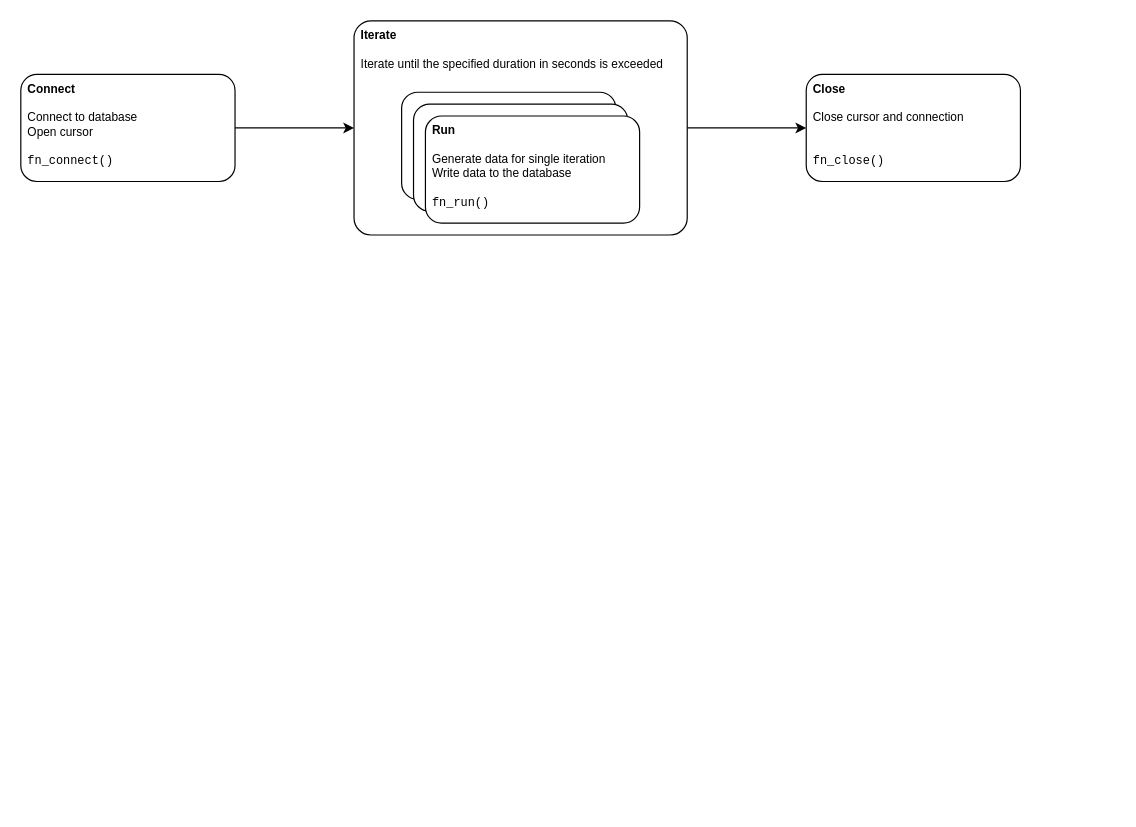
JakubIllner/load-generator keeps this draw.io diagram as images/load-generator.drawio. Above is the earlier version. Source tidied: cells renumbered, new cells numbered last; positions are measured from the earlier drawing's top-left corner, leaving out a move shared by most shapes. Both pictures are drawn from the tidied source at 119%, with x=0, y=0 at pixel (20, 20).
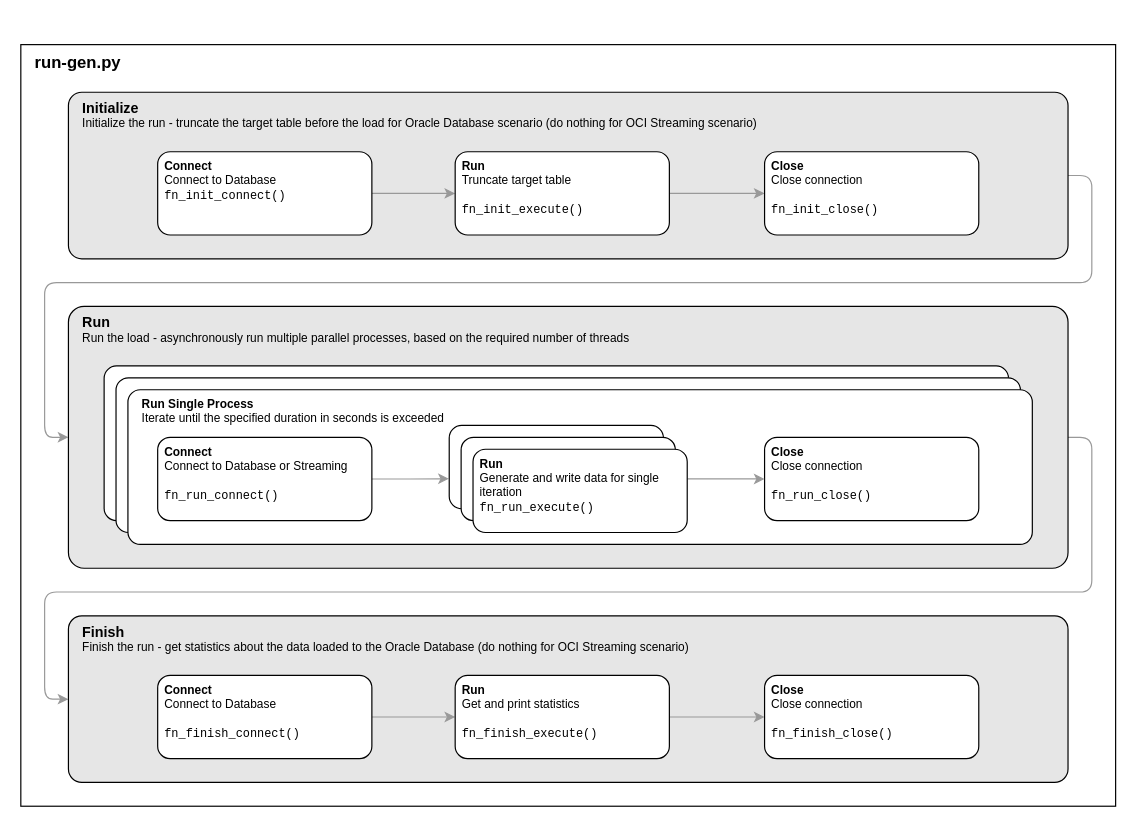
The same page after the edit.

The edit, as a diff of the source:
```diff
@@
-    <mxCell id="2" style="edgeStyle=orthogonalEdgeStyle;rounded=0;jettySize=auto;html=1;exitX=1;exitY=0.5;exitDx=0;exitDy=0;entryX=0;entryY=0.5;entryDx=0;entryDy=0;" parent="1" edge="1" source="3" target="5">
-      <mxGeometry relative="1" as="geometry" />
-    </mxCell>
-    <mxCell id="3" value="&lt;b&gt;Connect&lt;/b&gt;&lt;div&gt;&lt;br&gt;&lt;/div&gt;&lt;div&gt;Connect to database&lt;/div&gt;&lt;div&gt;Open cursor&lt;/div&gt;&lt;div&gt;&lt;br&gt;&lt;/div&gt;&lt;div&gt;&lt;font face=&quot;Consolas&quot;&gt;fn_connect()&lt;/font&gt;&lt;/div&gt;" style="rounded=1;whiteSpace=wrap;html=1;fontSize=10;align=left;spacingLeft=4;spacingRight=4;verticalAlign=top;" parent="1" vertex="1">
-      <mxGeometry y="45" width="180" height="90" as="geometry" />
-    </mxCell>
-    <mxCell id="4" style="edgeStyle=orthogonalEdgeStyle;rounded=0;jettySize=auto;html=1;exitX=1;exitY=0.5;exitDx=0;exitDy=0;entryX=0;entryY=0.5;entryDx=0;entryDy=0;" parent="1" edge="1" source="5" target="6">
-      <mxGeometry relative="1" as="geometry" />
-    </mxCell>
-    <mxCell id="5" value="&lt;b&gt;Iterate&lt;/b&gt;&lt;div&gt;&lt;br&gt;&lt;/div&gt;&lt;div&gt;Iterate until the specified duration in seconds is exceeded&lt;/div&gt;&lt;div&gt;&lt;br&gt;&lt;/div&gt;" style="rounded=1;whiteSpace=wrap;html=1;fontSize=10;align=left;spacingLeft=4;spacingRight=4;verticalAlign=top;arcSize=8;" parent="1" vertex="1">
-      <mxGeometry x="280" width="280" height="180" as="geometry" />
-    </mxCell>
-    <mxCell id="6" value="&lt;b&gt;Close&lt;/b&gt;&lt;div&gt;&lt;br&gt;&lt;/div&gt;&lt;div&gt;Close cursor and connection&lt;/div&gt;&lt;div&gt;&lt;br&gt;&lt;/div&gt;&lt;div&gt;&lt;br&gt;&lt;/div&gt;&lt;div&gt;&lt;font face=&quot;Consolas&quot;&gt;fn_close()&lt;/font&gt;&lt;/div&gt;" style="rounded=1;whiteSpace=wrap;html=1;fontSize=10;align=left;spacingLeft=4;spacingRight=4;verticalAlign=top;" parent="1" vertex="1">
-      <mxGeometry x="660" y="45" width="180" height="90" as="geometry" />
-    </mxCell>
-    <mxCell id="7" style="rounded=1;whiteSpace=wrap;html=1;fontSize=10;align=left;spacingLeft=4;spacingRight=4;verticalAlign=top;" parent="1" vertex="1">
-      <mxGeometry x="320" y="60" width="180" height="90" as="geometry" />
-    </mxCell>
-    <mxCell id="8" style="rounded=1;whiteSpace=wrap;html=1;fontSize=10;align=left;spacingLeft=4;spacingRight=4;verticalAlign=top;" parent="1" vertex="1">
-      <mxGeometry x="330" y="70" width="180" height="90" as="geometry" />
-    </mxCell>
-    <mxCell id="9" value="&lt;b&gt;Run&lt;/b&gt;&lt;div&gt;&lt;br&gt;&lt;/div&gt;&lt;div&gt;Generate data for single iteration&lt;/div&gt;&lt;div&gt;Write data to the database&lt;/div&gt;&lt;div&gt;&lt;br&gt;&lt;/div&gt;&lt;div&gt;&lt;font face=&quot;Consolas&quot;&gt;fn_run()&lt;/font&gt;&lt;/div&gt;" style="rounded=1;whiteSpace=wrap;html=1;fontSize=10;align=left;spacingLeft=4;spacingRight=4;verticalAlign=top;" parent="1" vertex="1">
-      <mxGeometry x="340" y="80" width="180" height="90" as="geometry" />
-    </mxCell>
+    <mxCell id="10" value="&lt;div style=&quot;font-size: 14px;&quot;&gt;&lt;b style=&quot;font-size: 14px;&quot;&gt;run-gen.py&lt;/b&gt;&lt;/div&gt;" style="rounded=0;whiteSpace=wrap;html=1;fontSize=14;align=left;spacingLeft=10;spacingRight=4;verticalAlign=top;arcSize=8;" parent="1" vertex="1">
+      <mxGeometry y="20" width="920" height="640" as="geometry" />
+    </mxCell>
+    <mxCell id="11" style="edgeStyle=orthogonalEdgeStyle;rounded=1;jettySize=auto;html=1;exitX=1;exitY=0.5;exitDx=0;exitDy=0;entryX=0;entryY=0.5;entryDx=0;entryDy=0;curved=0;strokeColor=#999999;" parent="1" edge="1" source="12" target="19">
+      <mxGeometry relative="1" as="geometry" />
+    </mxCell>
+    <mxCell id="12" value="&lt;b&gt;&lt;font style=&quot;font-size: 12px;&quot;&gt;Initialize&lt;/font&gt;&lt;/b&gt;&lt;div&gt;Initialize the run - truncate the target table before the load for Oracle Database scenario (do nothing for OCI Streaming scenario)&lt;/div&gt;&lt;div&gt;&lt;br&gt;&lt;/div&gt;" style="rounded=1;whiteSpace=wrap;html=1;fontSize=10;align=left;spacingLeft=10;spacingRight=4;verticalAlign=top;arcSize=8;fillColor=#E6E6E6;" parent="1" vertex="1">
+      <mxGeometry x="40" y="60" width="840" height="140" as="geometry" />
+    </mxCell>
+    <mxCell id="13" style="edgeStyle=orthogonalEdgeStyle;rounded=0;jettySize=auto;html=1;exitX=1;exitY=0.5;exitDx=0;exitDy=0;entryX=0;entryY=0.5;entryDx=0;entryDy=0;strokeColor=#999999;" parent="1" edge="1" source="14" target="16">
+      <mxGeometry relative="1" as="geometry" />
+    </mxCell>
+    <mxCell id="14" value="&lt;b&gt;Connect&lt;/b&gt;&lt;div&gt;&lt;span style=&quot;background-color: initial;&quot;&gt;Connect to Database&lt;/span&gt;&lt;/div&gt;&lt;div&gt;&lt;font face=&quot;Consolas&quot;&gt;fn_init_connect()&lt;/font&gt;&lt;/div&gt;" style="rounded=1;whiteSpace=wrap;html=1;fontSize=10;align=left;spacingLeft=4;spacingRight=4;verticalAlign=top;" parent="1" vertex="1">
+      <mxGeometry x="115" y="110" width="180" height="70" as="geometry" />
+    </mxCell>
+    <mxCell id="15" style="edgeStyle=orthogonalEdgeStyle;rounded=0;jettySize=auto;html=1;exitX=1;exitY=0.5;exitDx=0;exitDy=0;entryX=0;entryY=0.5;entryDx=0;entryDy=0;strokeColor=#999999;" parent="1" edge="1" source="16" target="17">
+      <mxGeometry relative="1" as="geometry" />
+    </mxCell>
+    <mxCell id="16" value="&lt;b&gt;Run&lt;/b&gt;&lt;div&gt;&lt;span style=&quot;background-color: initial;&quot;&gt;Truncate target table&lt;/span&gt;&lt;br&gt;&lt;/div&gt;&lt;div&gt;&lt;br&gt;&lt;/div&gt;&lt;div&gt;&lt;font face=&quot;Consolas&quot;&gt;fn_init_execute()&lt;/font&gt;&lt;/div&gt;" style="rounded=1;whiteSpace=wrap;html=1;fontSize=10;align=left;spacingLeft=4;spacingRight=4;verticalAlign=top;" parent="1" vertex="1">
+      <mxGeometry x="365" y="110" width="180" height="70" as="geometry" />
+    </mxCell>
+    <mxCell id="17" value="&lt;b&gt;Close&lt;/b&gt;&lt;div&gt;&lt;span style=&quot;background-color: initial;&quot;&gt;Close connection&lt;/span&gt;&lt;br&gt;&lt;/div&gt;&lt;div&gt;&lt;br&gt;&lt;/div&gt;&lt;div&gt;&lt;font face=&quot;Consolas&quot;&gt;fn_init_close()&lt;/font&gt;&lt;/div&gt;" style="rounded=1;whiteSpace=wrap;html=1;fontSize=10;align=left;spacingLeft=4;spacingRight=4;verticalAlign=top;" parent="1" vertex="1">
+      <mxGeometry x="625" y="110" width="180" height="70" as="geometry" />
+    </mxCell>
+    <mxCell id="18" style="edgeStyle=orthogonalEdgeStyle;rounded=1;jettySize=auto;html=1;exitX=1;exitY=0.5;exitDx=0;exitDy=0;entryX=0;entryY=0.5;entryDx=0;entryDy=0;curved=0;strokeColor=#999999;" parent="1" edge="1" source="19" target="30">
+      <mxGeometry relative="1" as="geometry" />
+    </mxCell>
+    <mxCell id="19" value="&lt;b&gt;&lt;font style=&quot;font-size: 12px;&quot;&gt;Run&lt;/font&gt;&lt;/b&gt;&lt;div&gt;Run the load - asynchronously run multiple parallel processes, based on the required number of threads&lt;/div&gt;" style="rounded=1;whiteSpace=wrap;html=1;fontSize=10;align=left;spacingLeft=10;spacingRight=4;verticalAlign=top;arcSize=6;fillColor=#E6E6E6;" parent="1" vertex="1">
+      <mxGeometry x="40" y="240" width="840" height="220" as="geometry" />
+    </mxCell>
+    <mxCell id="20" value="&lt;div&gt;&lt;br&gt;&lt;/div&gt;" style="rounded=1;whiteSpace=wrap;html=1;fontSize=10;align=left;spacingLeft=10;spacingRight=4;verticalAlign=top;arcSize=8;" parent="1" vertex="1">
+      <mxGeometry x="70" y="290" width="760" height="130" as="geometry" />
+    </mxCell>
+    <mxCell id="21" value="&lt;div&gt;&lt;br&gt;&lt;/div&gt;" style="rounded=1;whiteSpace=wrap;html=1;fontSize=10;align=left;spacingLeft=10;spacingRight=4;verticalAlign=top;arcSize=8;" parent="1" vertex="1">
+      <mxGeometry x="80" y="300" width="760" height="130" as="geometry" />
+    </mxCell>
+    <mxCell id="22" value="&lt;b&gt;Run Single Process&lt;/b&gt;&lt;div&gt;Iterate until the specified duration in seconds is exceeded&lt;/div&gt;&lt;div&gt;&lt;br&gt;&lt;/div&gt;" style="rounded=1;whiteSpace=wrap;html=1;fontSize=10;align=left;spacingLeft=10;spacingRight=4;verticalAlign=top;arcSize=8;" parent="1" vertex="1">
+      <mxGeometry x="90" y="310" width="760" height="130" as="geometry" />
+    </mxCell>
+    <mxCell id="23" style="edgeStyle=orthogonalEdgeStyle;rounded=0;jettySize=auto;html=1;exitX=1;exitY=0.5;exitDx=0;exitDy=0;entryX=-0.002;entryY=0.641;entryDx=0;entryDy=0;entryPerimeter=0;strokeColor=#999999;" parent="1" edge="1" source="24" target="25">
+      <mxGeometry relative="1" as="geometry" />
+    </mxCell>
+    <mxCell id="24" value="&lt;b&gt;Connect&lt;/b&gt;&lt;div&gt;&lt;span style=&quot;background-color: initial;&quot;&gt;Connect to Database or Streaming&lt;/span&gt;&lt;/div&gt;&lt;div&gt;&lt;br&gt;&lt;/div&gt;&lt;div&gt;&lt;font face=&quot;Consolas&quot;&gt;fn_run_connect()&lt;/font&gt;&lt;/div&gt;" style="rounded=1;whiteSpace=wrap;html=1;fontSize=10;align=left;spacingLeft=4;spacingRight=4;verticalAlign=top;" parent="1" vertex="1">
+      <mxGeometry x="115" y="350" width="180" height="70" as="geometry" />
+    </mxCell>
+    <mxCell id="25" style="rounded=1;whiteSpace=wrap;html=1;fontSize=10;align=left;spacingLeft=4;spacingRight=4;verticalAlign=top;" parent="1" vertex="1">
+      <mxGeometry x="360" y="340" width="180" height="70" as="geometry" />
+    </mxCell>
+    <mxCell id="26" value="&lt;b&gt;Close&lt;/b&gt;&lt;div&gt;&lt;span style=&quot;background-color: initial;&quot;&gt;Close connection&lt;/span&gt;&lt;br&gt;&lt;/div&gt;&lt;div&gt;&lt;br&gt;&lt;/div&gt;&lt;div&gt;&lt;font face=&quot;Consolas&quot;&gt;fn_run_close()&lt;/font&gt;&lt;/div&gt;" style="rounded=1;whiteSpace=wrap;html=1;fontSize=10;align=left;spacingLeft=4;spacingRight=4;verticalAlign=top;" parent="1" vertex="1">
+      <mxGeometry x="625" y="350" width="180" height="70" as="geometry" />
+    </mxCell>
+    <mxCell id="27" style="rounded=1;whiteSpace=wrap;html=1;fontSize=10;align=left;spacingLeft=4;spacingRight=4;verticalAlign=top;" parent="1" vertex="1">
+      <mxGeometry x="370" y="350" width="180" height="70" as="geometry" />
+    </mxCell>
+    <mxCell id="28" style="edgeStyle=orthogonalEdgeStyle;rounded=0;jettySize=auto;html=1;exitX=1.001;exitY=0.356;exitDx=0;exitDy=0;entryX=0;entryY=0.5;entryDx=0;entryDy=0;exitPerimeter=0;strokeColor=#999999;" parent="1" edge="1" source="29" target="26">
+      <mxGeometry relative="1" as="geometry" />
+    </mxCell>
+    <mxCell id="29" value="&lt;b&gt;Run&lt;/b&gt;&lt;div&gt;&lt;span style=&quot;background-color: initial;&quot;&gt;Generate and write data for single iteration&lt;/span&gt;&lt;/div&gt;&lt;div&gt;&lt;font face=&quot;Consolas&quot;&gt;fn_run_execute()&lt;/font&gt;&lt;/div&gt;" style="rounded=1;whiteSpace=wrap;html=1;fontSize=10;align=left;spacingLeft=4;spacingRight=4;verticalAlign=top;" parent="1" vertex="1">
+      <mxGeometry x="380" y="360" width="180" height="70" as="geometry" />
+    </mxCell>
+    <mxCell id="30" value="&lt;b&gt;&lt;font style=&quot;font-size: 12px;&quot;&gt;Finish&lt;/font&gt;&lt;/b&gt;&lt;div&gt;Finish the run - get statistics about the data loaded to the Oracle Database&amp;nbsp;&lt;span style=&quot;background-color: initial;&quot;&gt;(do nothing for OCI Streaming scenario)&lt;/span&gt;&lt;/div&gt;&lt;div&gt;&lt;br&gt;&lt;/div&gt;" style="rounded=1;whiteSpace=wrap;html=1;fontSize=10;align=left;spacingLeft=10;spacingRight=4;verticalAlign=top;arcSize=8;fillColor=#E6E6E6;" parent="1" vertex="1">
+      <mxGeometry x="40" y="500" width="840" height="140" as="geometry" />
+    </mxCell>
+    <mxCell id="31" style="edgeStyle=orthogonalEdgeStyle;rounded=0;jettySize=auto;html=1;exitX=1;exitY=0.5;exitDx=0;exitDy=0;entryX=0;entryY=0.5;entryDx=0;entryDy=0;strokeColor=#999999;" parent="1" edge="1" source="32" target="34">
+      <mxGeometry relative="1" as="geometry" />
+    </mxCell>
+    <mxCell id="32" value="&lt;b&gt;Connect&lt;/b&gt;&lt;div&gt;&lt;span style=&quot;background-color: initial;&quot;&gt;Connect to Database&lt;/span&gt;&lt;/div&gt;&lt;div&gt;&lt;br&gt;&lt;/div&gt;&lt;div&gt;&lt;font face=&quot;Consolas&quot;&gt;fn_finish_connect()&lt;/font&gt;&lt;/div&gt;" style="rounded=1;whiteSpace=wrap;html=1;fontSize=10;align=left;spacingLeft=4;spacingRight=4;verticalAlign=top;" parent="1" vertex="1">
+      <mxGeometry x="115" y="550" width="180" height="70" as="geometry" />
+    </mxCell>
+    <mxCell id="33" style="edgeStyle=orthogonalEdgeStyle;rounded=0;jettySize=auto;html=1;exitX=1;exitY=0.5;exitDx=0;exitDy=0;entryX=0;entryY=0.5;entryDx=0;entryDy=0;strokeColor=#999999;" parent="1" edge="1" source="34" target="35">
+      <mxGeometry relative="1" as="geometry" />
+    </mxCell>
+    <mxCell id="34" value="&lt;b&gt;Run&lt;/b&gt;&lt;div&gt;&lt;span style=&quot;background-color: initial;&quot;&gt;Get and print statistics&lt;/span&gt;&lt;br&gt;&lt;/div&gt;&lt;div&gt;&lt;br&gt;&lt;/div&gt;&lt;div&gt;&lt;font face=&quot;Consolas&quot;&gt;fn_finish_execute()&lt;/font&gt;&lt;/div&gt;" style="rounded=1;whiteSpace=wrap;html=1;fontSize=10;align=left;spacingLeft=4;spacingRight=4;verticalAlign=top;" parent="1" vertex="1">
+      <mxGeometry x="365" y="550" width="180" height="70" as="geometry" />
+    </mxCell>
+    <mxCell id="35" value="&lt;b&gt;Close&lt;/b&gt;&lt;div&gt;&lt;span style=&quot;background-color: initial;&quot;&gt;Close connection&lt;/span&gt;&lt;br&gt;&lt;/div&gt;&lt;div&gt;&lt;br&gt;&lt;/div&gt;&lt;div&gt;&lt;font face=&quot;Consolas&quot;&gt;fn_finish_close()&lt;/font&gt;&lt;/div&gt;" style="rounded=1;whiteSpace=wrap;html=1;fontSize=10;align=left;spacingLeft=4;spacingRight=4;verticalAlign=top;" parent="1" vertex="1">
+      <mxGeometry x="625" y="550" width="180" height="70" as="geometry" />
+    </mxCell>
```
